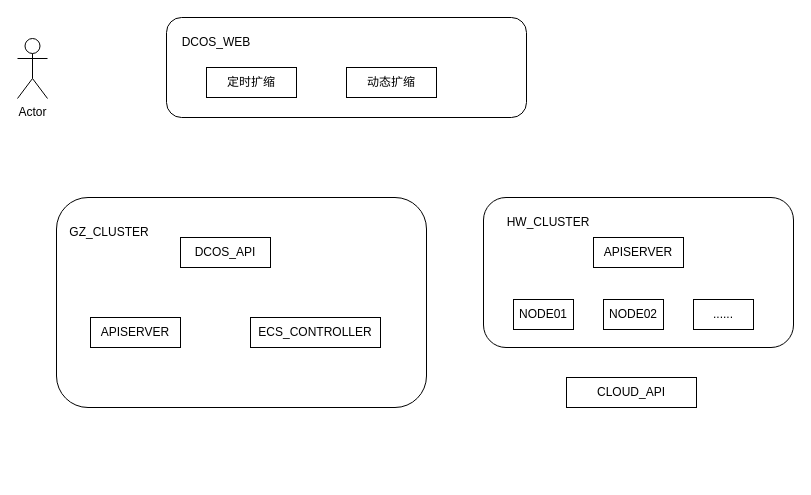
Mr-lixh/diagrams keeps this draw.io diagram as mixed-cloud-schedule.drawio. Above is the earlier version. Source tidied: cells renumbered, new cells numbered last; positions are measured from the earlier drawing's top-left corner, leaving out a move shared by most shapes. Both pictures are drawn from the tidied source at 100%, with x=0, y=0 at pixel (17, 17).
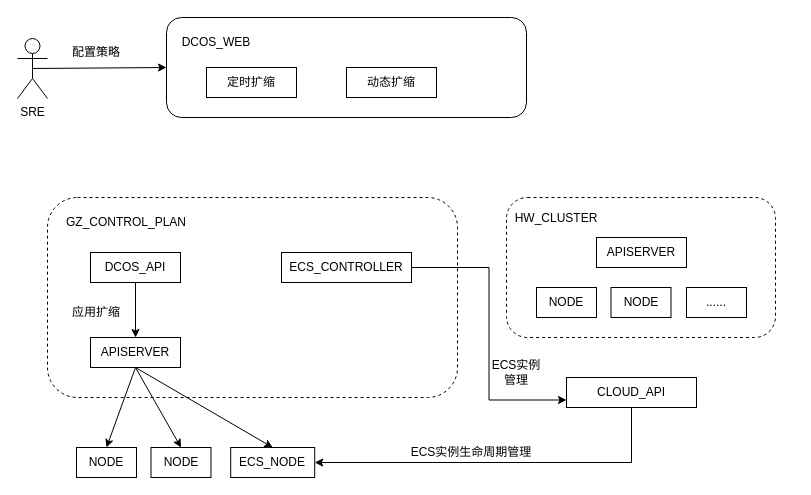
Above is the later version.

The change refers to these unchanged cells:
```xml
<mxCell id="3" style="rounded=1;whiteSpace=wrap;html=1;" parent="2" vertex="1">
  <mxGeometry width="360" height="100" as="geometry" />
</mxCell>
```

Diff of the diagram source:
```diff
@@
-    <mxCell id="7" style="group;" parent="1" vertex="1">
-      <mxGeometry x="39" y="180" width="370" height="210" as="geometry" />
-    </mxCell>
-    <mxCell id="8" style="rounded=1;whiteSpace=wrap;html=1;" parent="7" vertex="1">
-      <mxGeometry width="370" height="210" as="geometry" />
-    </mxCell>
-    <mxCell id="9" value="GZ_CLUSTER" style="text;html=1;strokeColor=none;fillColor=none;align=center;verticalAlign=middle;whiteSpace=wrap;rounded=0;" parent="7" vertex="1">
-      <mxGeometry x="23" y="20" width="60" height="30" as="geometry" />
-    </mxCell>
-    <mxCell id="10" value="APISERVER" style="rounded=0;whiteSpace=wrap;html=1;" parent="7" vertex="1">
-      <mxGeometry x="34" y="120" width="90" height="30" as="geometry" />
-    </mxCell>
+    <mxCell id="22" style="edgeStyle=orthogonalEdgeStyle;rounded=0;jettySize=auto;html=1;exitX=0.5;exitY=1;exitDx=0;exitDy=0;entryX=1;entryY=0.5;entryDx=0;entryDy=0;" parent="1" edge="1" source="13" target="40">
+      <mxGeometry relative="1" as="geometry" />
+    </mxCell>
+    <mxCell id="13" value="CLOUD_API" style="rounded=0;whiteSpace=wrap;html=1;" parent="1" vertex="1">
+      <mxGeometry x="549" y="360" width="130" height="30" as="geometry" />
+    </mxCell>
+    <mxCell id="23" style="edgeStyle=none;rounded=0;jettySize=auto;html=1;exitX=0.5;exitY=0.5;exitDx=0;exitDy=0;exitPerimeter=0;entryX=0;entryY=0.5;entryDx=0;entryDy=0;" parent="1" edge="1" source="21" target="3">
+      <mxGeometry relative="1" as="geometry" />
+    </mxCell>
+    <mxCell id="21" value="SRE" style="shape=umlActor;verticalLabelPosition=bottom;verticalAlign=top;html=1;outlineConnect=0;" parent="1" vertex="1">
+      <mxGeometry y="21" width="30" height="60" as="geometry" />
+    </mxCell>
+    <mxCell id="24" value="配置策略" style="text;html=1;strokeColor=none;fillColor=none;align=center;verticalAlign=middle;whiteSpace=wrap;rounded=0;" parent="1" vertex="1">
+      <mxGeometry x="49" y="20" width="60" height="30" as="geometry" />
+    </mxCell>
+    <mxCell id="25" style="rounded=1;whiteSpace=wrap;html=1;strokeColor=default;strokeWidth=1;dashed=1;" parent="1" vertex="1">
+      <mxGeometry x="30" y="180" width="410" height="200" as="geometry" />
+    </mxCell>
+    <mxCell id="26" value="GZ_CONTROL_PLAN" style="text;html=1;strokeColor=none;fillColor=none;align=center;verticalAlign=middle;whiteSpace=wrap;rounded=0;" parent="1" vertex="1">
+      <mxGeometry x="79" y="190" width="60" height="30" as="geometry" />
+    </mxCell>
+    <mxCell id="27" style="rounded=0;jettySize=auto;html=1;exitX=0.5;exitY=1;exitDx=0;exitDy=0;entryX=0.5;entryY=0;entryDx=0;entryDy=0;" parent="1" edge="1" source="30" target="38">
+      <mxGeometry relative="1" as="geometry" />
+    </mxCell>
+    <mxCell id="28" style="edgeStyle=none;rounded=0;jettySize=auto;html=1;exitX=0.5;exitY=1;exitDx=0;exitDy=0;entryX=0.5;entryY=0;entryDx=0;entryDy=0;" parent="1" edge="1" source="30" target="39">
+      <mxGeometry relative="1" as="geometry" />
+    </mxCell>
+    <mxCell id="29" style="edgeStyle=none;rounded=0;jettySize=auto;html=1;exitX=0.5;exitY=1;exitDx=0;exitDy=0;entryX=0.5;entryY=0;entryDx=0;entryDy=0;" parent="1" edge="1" source="30" target="40">
+      <mxGeometry relative="1" as="geometry" />
+    </mxCell>
+    <mxCell id="30" value="APISERVER" style="rounded=0;whiteSpace=wrap;html=1;" parent="1" vertex="1">
+      <mxGeometry x="73" y="320" width="90" height="30" as="geometry" />
+    </mxCell>
+    <mxCell id="31" style="edgeStyle=orthogonalEdgeStyle;rounded=0;jettySize=auto;html=1;exitX=0.5;exitY=1;exitDx=0;exitDy=0;entryX=0.5;entryY=0;entryDx=0;entryDy=0;" parent="1" edge="1" source="11" target="30">
+      <mxGeometry relative="1" as="geometry" />
+    </mxCell>
-    <mxCell id="11" value="DCOS_API" style="rounded=0;whiteSpace=wrap;html=1;" parent="7" vertex="1">
-      <mxGeometry x="124" y="40" width="90" height="30" as="geometry" />
+    <mxCell id="11" value="DCOS_API" style="rounded=0;whiteSpace=wrap;html=1;" parent="1" vertex="1">
+      <mxGeometry x="73" y="235" width="90" height="30" as="geometry" />
     </mxCell>
+    <mxCell id="32" style="edgeStyle=orthogonalEdgeStyle;rounded=0;jettySize=auto;html=1;exitX=1;exitY=0.5;exitDx=0;exitDy=0;entryX=0;entryY=0.75;entryDx=0;entryDy=0;" parent="1" edge="1" source="12" target="13">
+      <mxGeometry relative="1" as="geometry" />
+    </mxCell>
-    <mxCell id="12" value="ECS_CONTROLLER" style="rounded=0;whiteSpace=wrap;html=1;" parent="7" vertex="1">
-      <mxGeometry x="194" y="120" width="130" height="30" as="geometry" />
+    <mxCell id="12" value="ECS_CONTROLLER" style="rounded=0;whiteSpace=wrap;html=1;" parent="1" vertex="1">
+      <mxGeometry x="264" y="235" width="130" height="30" as="geometry" />
     </mxCell>
-    <mxCell id="13" value="CLOUD_API" style="rounded=0;whiteSpace=wrap;html=1;" parent="1" vertex="1">
-      <mxGeometry x="549" y="360" width="130" height="30" as="geometry" />
-    </mxCell>
-    <mxCell id="14" style="group;" parent="1" vertex="1">
-      <mxGeometry x="466" y="180" width="310" height="150" as="geometry" />
-    </mxCell>
-    <mxCell id="15" style="rounded=1;whiteSpace=wrap;html=1;" parent="14" vertex="1">
-      <mxGeometry width="310" height="150" as="geometry" />
-    </mxCell>
+    <mxCell id="33" style="rounded=1;whiteSpace=wrap;html=1;strokeColor=default;strokeWidth=1;dashed=1;" parent="1" vertex="1">
+      <mxGeometry x="489" y="180" width="269" height="140" as="geometry" />
+    </mxCell>
-    <mxCell id="16" value="HW_CLUSTER" style="text;html=1;strokeColor=none;fillColor=none;align=center;verticalAlign=middle;whiteSpace=wrap;rounded=0;" parent="14" vertex="1">
-      <mxGeometry x="40" y="14.3" width="50.3" height="21.4" as="geometry" />
+    <mxCell id="16" value="HW_CLUSTER" style="text;html=1;strokeColor=none;fillColor=none;align=center;verticalAlign=middle;whiteSpace=wrap;rounded=0;" parent="1" vertex="1">
+      <mxGeometry x="509" y="186" width="60" height="30" as="geometry" />
     </mxCell>
-    <mxCell id="17" value="APISERVER" style="rounded=0;whiteSpace=wrap;html=1;" parent="14" vertex="1">
-      <mxGeometry x="110" y="40" width="90" height="30" as="geometry" />
-    </mxCell>
-    <mxCell id="18" value="NODE01" style="rounded=0;whiteSpace=wrap;html=1;" parent="14" vertex="1">
-      <mxGeometry x="30" y="102" width="60" height="30" as="geometry" />
-    </mxCell>
-    <mxCell id="19" value="NODE02" style="rounded=0;whiteSpace=wrap;html=1;" parent="14" vertex="1">
-      <mxGeometry x="120" y="102" width="60" height="30" as="geometry" />
-    </mxCell>
+    <mxCell id="34" value="APISERVER" style="rounded=0;whiteSpace=wrap;html=1;" parent="1" vertex="1">
+      <mxGeometry x="579" y="220" width="90" height="30" as="geometry" />
+    </mxCell>
+    <mxCell id="35" value="NODE" style="rounded=0;whiteSpace=wrap;html=1;" parent="1" vertex="1">
+      <mxGeometry x="519" y="270" width="60" height="30" as="geometry" />
+    </mxCell>
+    <mxCell id="36" value="NODE" style="rounded=0;whiteSpace=wrap;html=1;" parent="1" vertex="1">
+      <mxGeometry x="593.5" y="270" width="60" height="30" as="geometry" />
+    </mxCell>
-    <mxCell id="20" value="......" style="rounded=0;whiteSpace=wrap;html=1;" parent="14" vertex="1">
-      <mxGeometry x="210" y="102" width="60" height="30" as="geometry" />
+    <mxCell id="20" value="......" style="rounded=0;whiteSpace=wrap;html=1;" parent="1" vertex="1">
+      <mxGeometry x="669" y="270" width="60" height="30" as="geometry" />
     </mxCell>
-    <mxCell id="21" value="Actor" style="shape=umlActor;verticalLabelPosition=bottom;verticalAlign=top;html=1;outlineConnect=0;" parent="1" vertex="1">
-      <mxGeometry y="21" width="30" height="60" as="geometry" />
-    </mxCell>
+    <mxCell id="37" value="ECS实例管理" style="text;html=1;strokeColor=none;fillColor=none;align=center;verticalAlign=middle;whiteSpace=wrap;rounded=0;dashed=1;" parent="1" vertex="1">
+      <mxGeometry x="469" y="340" width="60" height="30" as="geometry" />
+    </mxCell>
+    <mxCell id="38" value="NODE" style="rounded=0;whiteSpace=wrap;html=1;" parent="1" vertex="1">
+      <mxGeometry x="59" y="430" width="60" height="30" as="geometry" />
+    </mxCell>
+    <mxCell id="39" value="NODE" style="rounded=0;whiteSpace=wrap;html=1;" parent="1" vertex="1">
+      <mxGeometry x="133.5" y="430" width="60" height="30" as="geometry" />
+    </mxCell>
+    <mxCell id="40" value="ECS_NODE" style="rounded=0;whiteSpace=wrap;html=1;" parent="1" vertex="1">
+      <mxGeometry x="213.2" y="430" width="84" height="30" as="geometry" />
+    </mxCell>
+    <mxCell id="41" value="ECS实例生命周期管理" style="text;html=1;strokeColor=none;fillColor=none;align=center;verticalAlign=middle;whiteSpace=wrap;rounded=0;dashed=1;" parent="1" vertex="1">
+      <mxGeometry x="389" y="420" width="130" height="30" as="geometry" />
+    </mxCell>
+    <mxCell id="42" value="应用扩缩" style="text;html=1;strokeColor=none;fillColor=none;align=center;verticalAlign=middle;whiteSpace=wrap;rounded=0;dashed=1;" parent="1" vertex="1">
+      <mxGeometry x="49" y="280" width="60" height="30" as="geometry" />
+    </mxCell>
```
